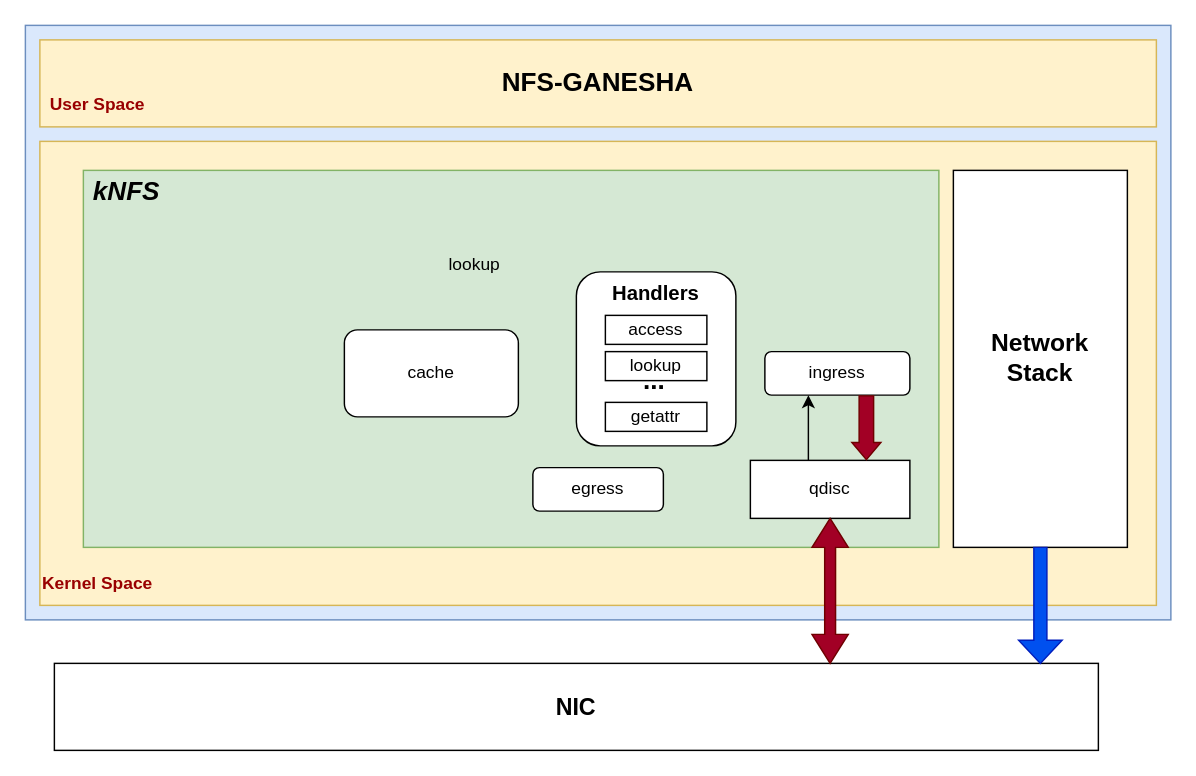
The draw.io diagram os竞赛项目框架图.drawio in Kakoyi945/cloud, before the edit. Source tidied: cells renumbered, new cells numbered last; positions are measured from the earlier drawing's top-left corner, leaving out a move shared by most shapes. Both pictures are drawn from the tidied source at 145%, with x=0, y=0 at pixel (25, 25).
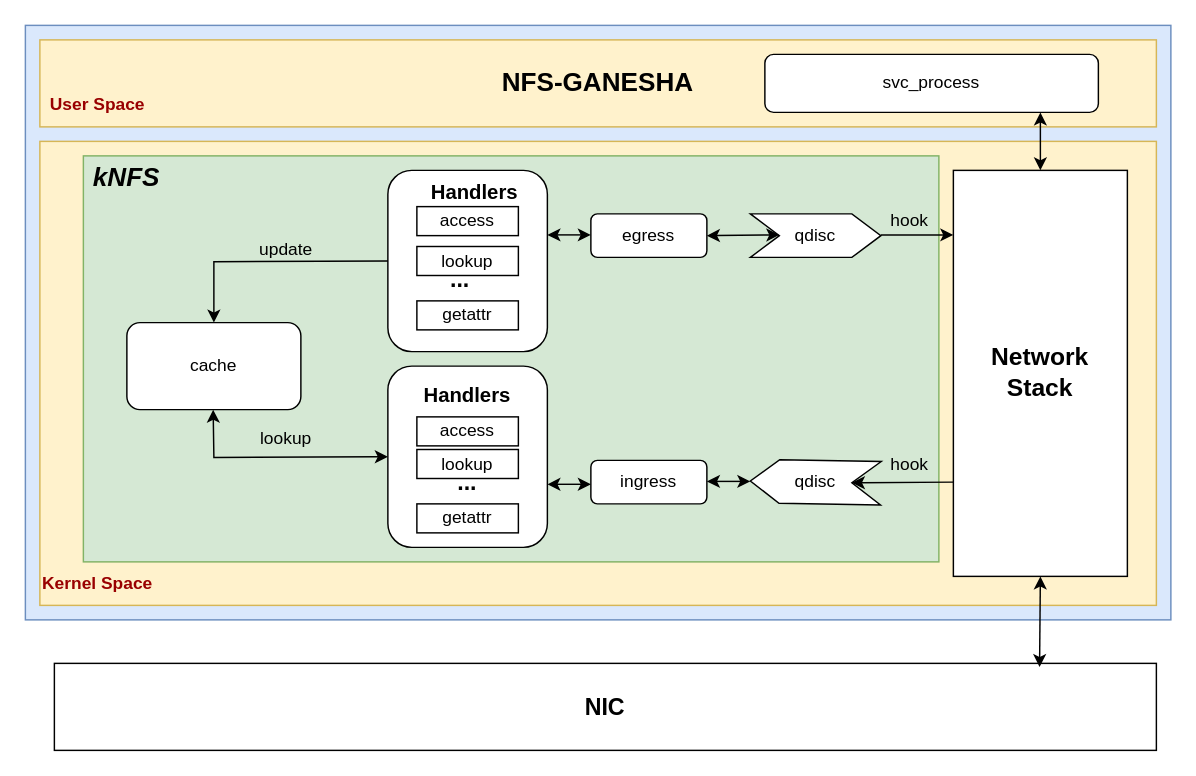
After the change.

Commit message:
更新os竞赛项目框架图.drawio

Diff of the diagram source:
```diff
@@
     <mxCell id="3" value="&lt;b&gt;&lt;font style=&quot;font-size: 16px;&quot;&gt;NIC&lt;/font&gt;&lt;/b&gt;" style="rounded=0;whiteSpace=wrap;html=1;" parent="1" vertex="1">
-      <mxGeometry x="20" y="440" width="720" height="60" as="geometry" />
+      <mxGeometry x="20" y="440" width="760" height="60" as="geometry" />
     </mxCell>
@@
     <mxCell id="8" style="rounded=0;whiteSpace=wrap;html=1;fillColor=#d5e8d4;strokeColor=#82b366;" parent="1" vertex="1">
-      <mxGeometry x="40" y="100" width="590" height="260" as="geometry" />
+      <mxGeometry x="40" y="90" width="590" height="280" as="geometry" />
     </mxCell>
-    <mxCell id="9" value="qdisc" style="rounded=0;whiteSpace=wrap;html=1;" parent="1" vertex="1">
-      <mxGeometry x="500" y="300" width="110" height="40" as="geometry" />
-    </mxCell>
     <mxCell id="10" value="&lt;b&gt;&lt;i&gt;&lt;font style=&quot;font-size: 18px;&quot;&gt;kNFS&lt;/font&gt;&lt;/i&gt;&lt;/b&gt;" style="text;html=1;strokeColor=none;fillColor=none;align=center;verticalAlign=middle;whiteSpace=wrap;rounded=0;" parent="1" vertex="1">
-      <mxGeometry x="40" y="100" width="60" height="30" as="geometry" />
+      <mxGeometry x="40" y="90" width="60" height="30" as="geometry" />
     </mxCell>
     <mxCell id="11" value="&lt;b style=&quot;font-size: 17px;&quot;&gt;Network&lt;br&gt;Stack&lt;/b&gt;" style="rounded=0;whiteSpace=wrap;html=1;" parent="1" vertex="1">
-      <mxGeometry x="640" y="100" width="120" height="260" as="geometry" />
+      <mxGeometry x="640" y="100" width="120" height="280" as="geometry" />
     </mxCell>
-    <mxCell id="12" style="shape=doubleArrow;direction=south;whiteSpace=wrap;html=1;fillColor=#a20025;fontColor=#ffffff;strokeColor=#6F0000;" parent="1" vertex="1">
-      <mxGeometry x="542.5" y="340" width="25" height="100" as="geometry" />
-    </mxCell>
-    <mxCell id="13" style="shape=singleArrow;direction=south;whiteSpace=wrap;html=1;fillColor=#0050ef;fontColor=#ffffff;strokeColor=#001DBC;" parent="1" vertex="1">
-      <mxGeometry x="685" y="360" width="30" height="80" as="geometry" />
-    </mxCell>
     <mxCell id="14" value="cache" style="rounded=1;whiteSpace=wrap;html=1;" parent="1" vertex="1">
-      <mxGeometry x="220" y="210" width="120" height="60" as="geometry" />
+      <mxGeometry x="70" y="205" width="120" height="60" as="geometry" />
     </mxCell>
     <mxCell id="15" value="ingress" style="rounded=1;whiteSpace=wrap;html=1;" parent="1" vertex="1">
-      <mxGeometry x="510" y="225" width="100" height="30" as="geometry" />
+      <mxGeometry x="390" y="300" width="80" height="30" as="geometry" />
     </mxCell>
-    <mxCell id="16" value="egress" style="rounded=1;whiteSpace=wrap;html=1;" parent="1" vertex="1">
-      <mxGeometry x="350" y="305" width="90" height="30" as="geometry" />
-    </mxCell>
     <mxCell id="17" value="lookup" style="text;html=1;strokeColor=none;fillColor=none;align=center;verticalAlign=middle;whiteSpace=wrap;rounded=0;" parent="1" vertex="1">
-      <mxGeometry x="280" y="150" width="60" height="30" as="geometry" />
+      <mxGeometry x="150" y="270" width="60" height="30" as="geometry" />
     </mxCell>
-    <mxCell id="18" style="shape=flexArrow;endArrow=classic;html=1;rounded=0;endWidth=9;endSize=3.6;fillColor=#a20025;strokeColor=#6F0000;" parent="1" edge="1">
-      <mxGeometry relative="1" as="geometry">
-        <mxPoint x="580" y="255" as="sourcePoint" />
-        <mxPoint x="580" y="300" as="targetPoint" />
-      </mxGeometry>
-    </mxCell>
-    <mxCell id="19" style="endArrow=classic;html=1;rounded=0;" parent="1" edge="1">
-      <mxGeometry relative="1" as="geometry">
-        <mxPoint x="540" y="300" as="sourcePoint" />
-        <mxPoint x="540" y="255" as="targetPoint" />
-      </mxGeometry>
-    </mxCell>
     <mxCell id="20" style="rounded=1;whiteSpace=wrap;html=1;" parent="1" vertex="1">
-      <mxGeometry x="380" y="170" width="110" height="120" as="geometry" />
+      <mxGeometry x="250" y="235" width="110" height="125" as="geometry" />
     </mxCell>
     <mxCell id="21" value="access" style="rounded=0;whiteSpace=wrap;html=1;" parent="1" vertex="1">
-      <mxGeometry x="400" y="200" width="70" height="20" as="geometry" />
+      <mxGeometry x="270" y="270" width="70" height="20" as="geometry" />
     </mxCell>
     <mxCell id="22" value="&lt;b&gt;&lt;font style=&quot;font-size: 14px;&quot;&gt;Handlers&lt;/font&gt;&lt;/b&gt;" style="text;html=1;strokeColor=none;fillColor=none;align=center;verticalAlign=middle;whiteSpace=wrap;rounded=0;" parent="1" vertex="1">
-      <mxGeometry x="405" y="170" width="60" height="30" as="geometry" />
+      <mxGeometry x="275" y="240" width="60" height="30" as="geometry" />
     </mxCell>
     <mxCell id="23" value="lookup" style="rounded=0;whiteSpace=wrap;html=1;" parent="1" vertex="1">
-      <mxGeometry x="400" y="225" width="70" height="20" as="geometry" />
+      <mxGeometry x="270" y="292.5" width="70" height="20" as="geometry" />
     </mxCell>
     <mxCell id="24" value="getattr" style="rounded=0;whiteSpace=wrap;html=1;" parent="1" vertex="1">
-      <mxGeometry x="400" y="260" width="70" height="20" as="geometry" />
+      <mxGeometry x="270" y="330" width="70" height="20" as="geometry" />
     </mxCell>
-    <mxCell id="25" value="&lt;font size=&quot;1&quot; style=&quot;&quot;&gt;&lt;b style=&quot;font-size: 18px;&quot;&gt;...&lt;/b&gt;&lt;/font&gt;" style="text;html=1;strokeColor=none;fillColor=none;align=center;verticalAlign=middle;whiteSpace=wrap;rounded=0;" parent="1" vertex="1">
-      <mxGeometry x="404" y="230" width="60" height="30" as="geometry" />
-    </mxCell>
+    <mxCell id="26" value="&lt;b&gt;&lt;font style=&quot;font-size: 16px;&quot;&gt;...&lt;/font&gt;&lt;/b&gt;" style="text;html=1;strokeColor=none;fillColor=none;align=center;verticalAlign=middle;whiteSpace=wrap;rounded=0;" parent="1" vertex="1">
+      <mxGeometry x="275" y="300" width="60" height="30" as="geometry" />
+    </mxCell>
+    <mxCell id="27" value="svc_process" style="rounded=1;whiteSpace=wrap;html=1;" parent="1" vertex="1">
+      <mxGeometry x="510" y="20" width="230" height="40" as="geometry" />
+    </mxCell>
+    <mxCell id="28" style="endArrow=classic;startArrow=classic;html=1;rounded=0;exitX=0.894;exitY=0.043;exitDx=0;exitDy=0;exitPerimeter=0;" parent="1" edge="1" source="3">
+      <mxGeometry relative="1" as="geometry">
+        <mxPoint x="700" y="380" as="targetPoint" />
+      </mxGeometry>
+    </mxCell>
+    <mxCell id="29" style="shape=step;perimeter=stepPerimeter;whiteSpace=wrap;html=1;fixedSize=1;rotation=-179;" parent="1" vertex="1">
+      <mxGeometry x="500" y="300" width="90" height="30" as="geometry" />
+    </mxCell>
+    <mxCell id="30" value="qdisc" style="text;html=1;strokeColor=none;fillColor=none;align=center;verticalAlign=middle;whiteSpace=wrap;rounded=0;" parent="1" vertex="1">
+      <mxGeometry x="515" y="300" width="60" height="30" as="geometry" />
+    </mxCell>
+    <mxCell id="31" style="endArrow=classic;html=1;rounded=0;entryX=0;entryY=0.5;entryDx=0;entryDy=0;" parent="1" edge="1" target="29">
+      <mxGeometry relative="1" as="geometry">
+        <mxPoint x="640" y="315" as="sourcePoint" />
+      </mxGeometry>
+    </mxCell>
+    <mxCell id="32" value="hook" style="text;html=1;strokeColor=none;fillColor=none;align=center;verticalAlign=middle;whiteSpace=wrap;rounded=0;" parent="1" vertex="1">
+      <mxGeometry x="580" y="287.5" width="60" height="30" as="geometry" />
+    </mxCell>
+    <mxCell id="16" value="egress" style="rounded=1;whiteSpace=wrap;html=1;" parent="1" vertex="1">
+      <mxGeometry x="390" y="130" width="80" height="30" as="geometry" />
+    </mxCell>
+    <mxCell id="33" style="endArrow=classic;startArrow=classic;html=1;rounded=0;" parent="1" edge="1">
+      <mxGeometry relative="1" as="geometry">
+        <mxPoint x="470" y="314.5" as="sourcePoint" />
+        <mxPoint x="500" y="314.5" as="targetPoint" />
+      </mxGeometry>
+    </mxCell>
+    <mxCell id="34" style="endArrow=classic;startArrow=classic;html=1;rounded=0;" parent="1" edge="1">
+      <mxGeometry relative="1" as="geometry">
+        <mxPoint x="360" y="316.5" as="sourcePoint" />
+        <mxPoint x="390" y="316.5" as="targetPoint" />
+      </mxGeometry>
+    </mxCell>
+    <mxCell id="35" style="endArrow=classic;startArrow=classic;html=1;rounded=0;exitX=0;exitY=0.5;exitDx=0;exitDy=0;" parent="1" edge="1" source="20">
+      <mxGeometry relative="1" as="geometry">
+        <mxPoint x="129.5" y="265" as="targetPoint" />
+        <Array as="points">
+          <mxPoint x="130" y="298" />
+        </Array>
+      </mxGeometry>
+    </mxCell>
+    <mxCell id="36" value="qdisc" style="shape=step;perimeter=stepPerimeter;whiteSpace=wrap;html=1;fixedSize=1;rotation=0;" parent="1" vertex="1">
+      <mxGeometry x="500" y="130" width="90" height="30" as="geometry" />
+    </mxCell>
+    <mxCell id="37" style="endArrow=classic;html=1;rounded=0;" parent="1" edge="1">
+      <mxGeometry relative="1" as="geometry">
+        <mxPoint x="590" y="144.5" as="sourcePoint" />
+        <mxPoint x="640" y="144.5" as="targetPoint" />
+      </mxGeometry>
+    </mxCell>
+    <mxCell id="38" value="hook" style="text;html=1;strokeColor=none;fillColor=none;align=center;verticalAlign=middle;whiteSpace=wrap;rounded=0;" parent="1" vertex="1">
+      <mxGeometry x="580" y="120" width="60" height="30" as="geometry" />
+    </mxCell>
+    <mxCell id="39" style="endArrow=classic;startArrow=classic;html=1;rounded=0;exitX=1;exitY=0.5;exitDx=0;exitDy=0;" parent="1" edge="1" source="16">
+      <mxGeometry relative="1" as="geometry">
+        <mxPoint x="520" y="144.5" as="targetPoint" />
+      </mxGeometry>
+    </mxCell>
+    <mxCell id="40" style="endArrow=classic;startArrow=classic;html=1;rounded=0;exitX=0.5;exitY=0;exitDx=0;exitDy=0;" parent="1" edge="1" source="11">
+      <mxGeometry relative="1" as="geometry">
+        <mxPoint x="700" y="60" as="targetPoint" />
+      </mxGeometry>
+    </mxCell>
+    <mxCell id="41" style="rounded=1;whiteSpace=wrap;html=1;" parent="1" vertex="1">
+      <mxGeometry x="250" y="100" width="110" height="125" as="geometry" />
+    </mxCell>
+    <mxCell id="42" style="endArrow=classic;startArrow=classic;html=1;rounded=0;" parent="1" edge="1">
+      <mxGeometry relative="1" as="geometry">
+        <mxPoint x="360" y="144.5" as="sourcePoint" />
+        <mxPoint x="390" y="144.5" as="targetPoint" />
+      </mxGeometry>
+    </mxCell>
+    <mxCell id="43" style="endArrow=classic;html=1;rounded=0;entryX=0.5;entryY=0;entryDx=0;entryDy=0;exitX=0;exitY=0.5;exitDx=0;exitDy=0;" parent="1" edge="1" source="41" target="14">
+      <mxGeometry relative="1" as="geometry">
+        <Array as="points">
+          <mxPoint x="130" y="163" />
+        </Array>
+      </mxGeometry>
+    </mxCell>
+    <mxCell id="44" value="update" style="text;html=1;strokeColor=none;fillColor=none;align=center;verticalAlign=middle;whiteSpace=wrap;rounded=0;" parent="1" vertex="1">
+      <mxGeometry x="150" y="140" width="60" height="30" as="geometry" />
+    </mxCell>
+    <mxCell id="45" value="&lt;b&gt;&lt;font style=&quot;font-size: 14px;&quot;&gt;Handlers&lt;/font&gt;&lt;/b&gt;" style="text;html=1;strokeColor=none;fillColor=none;align=center;verticalAlign=middle;whiteSpace=wrap;rounded=0;" parent="1" vertex="1">
+      <mxGeometry x="280" y="100" width="60" height="30" as="geometry" />
+    </mxCell>
+    <mxCell id="46" value="access" style="rounded=0;whiteSpace=wrap;html=1;" parent="1" vertex="1">
+      <mxGeometry x="270" y="125" width="70" height="20" as="geometry" />
+    </mxCell>
+    <mxCell id="47" value="lookup" style="rounded=0;whiteSpace=wrap;html=1;" parent="1" vertex="1">
+      <mxGeometry x="270" y="152.5" width="70" height="20" as="geometry" />
+    </mxCell>
+    <mxCell id="48" value="&lt;b&gt;&lt;font style=&quot;font-size: 16px;&quot;&gt;...&lt;/font&gt;&lt;/b&gt;" style="text;html=1;strokeColor=none;fillColor=none;align=center;verticalAlign=middle;whiteSpace=wrap;rounded=0;" parent="1" vertex="1">
+      <mxGeometry x="270" y="160" width="60" height="30" as="geometry" />
+    </mxCell>
+    <mxCell id="49" value="getattr" style="rounded=0;whiteSpace=wrap;html=1;" parent="1" vertex="1">
+      <mxGeometry x="270" y="190" width="70" height="20" as="geometry" />
+    </mxCell>
```
